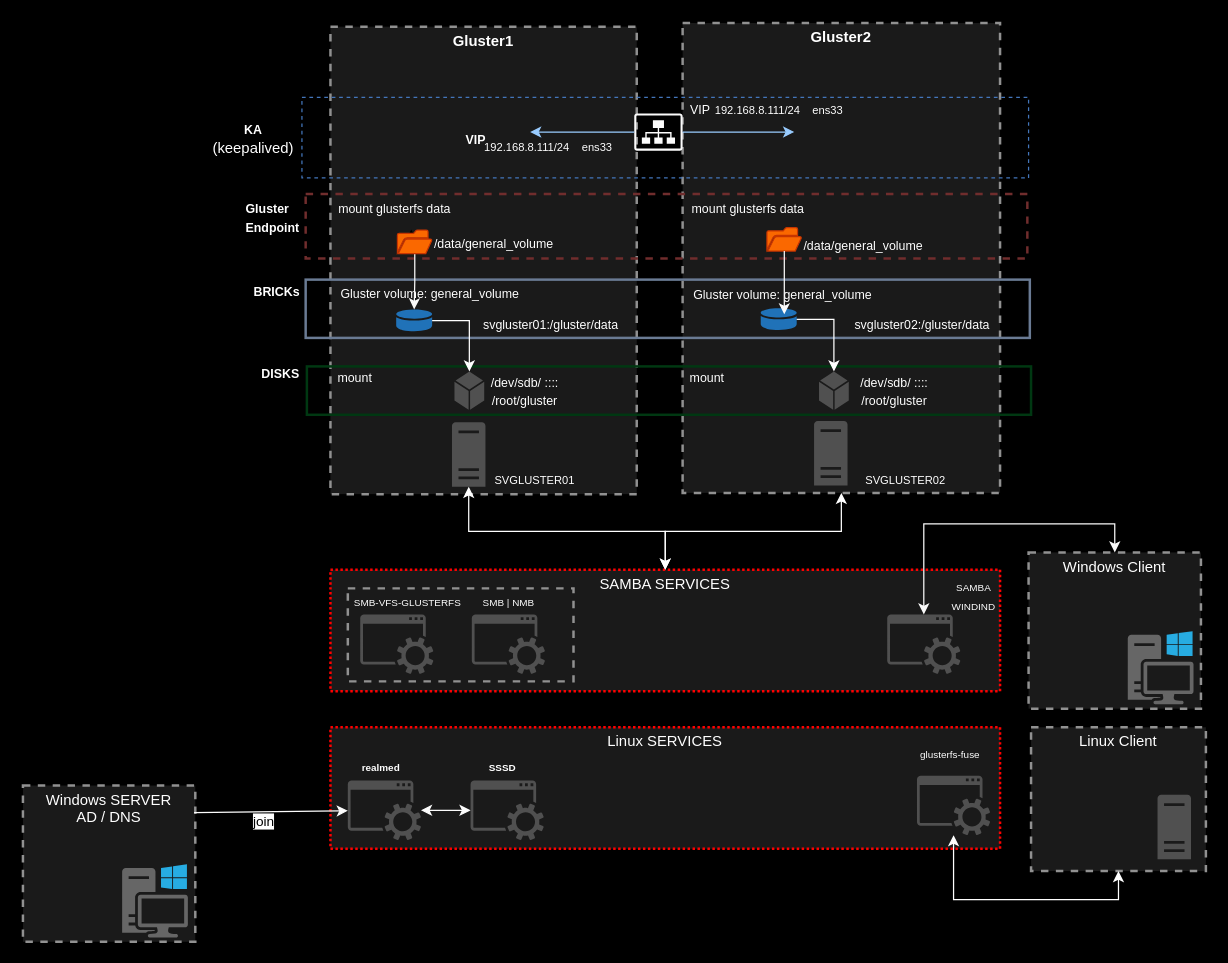
Before: GlusterFS/glusterFS.drawio in Josemyr1993/glusterFS, a draw.io diagram. Source tidied: cells renumbered, new cells numbered last; positions are measured from the earlier drawing's top-left corner, leaving out a move shared by most shapes. Both pictures are drawn from the tidied source at 124%, with x=0, y=0 at pixel (22, 22).
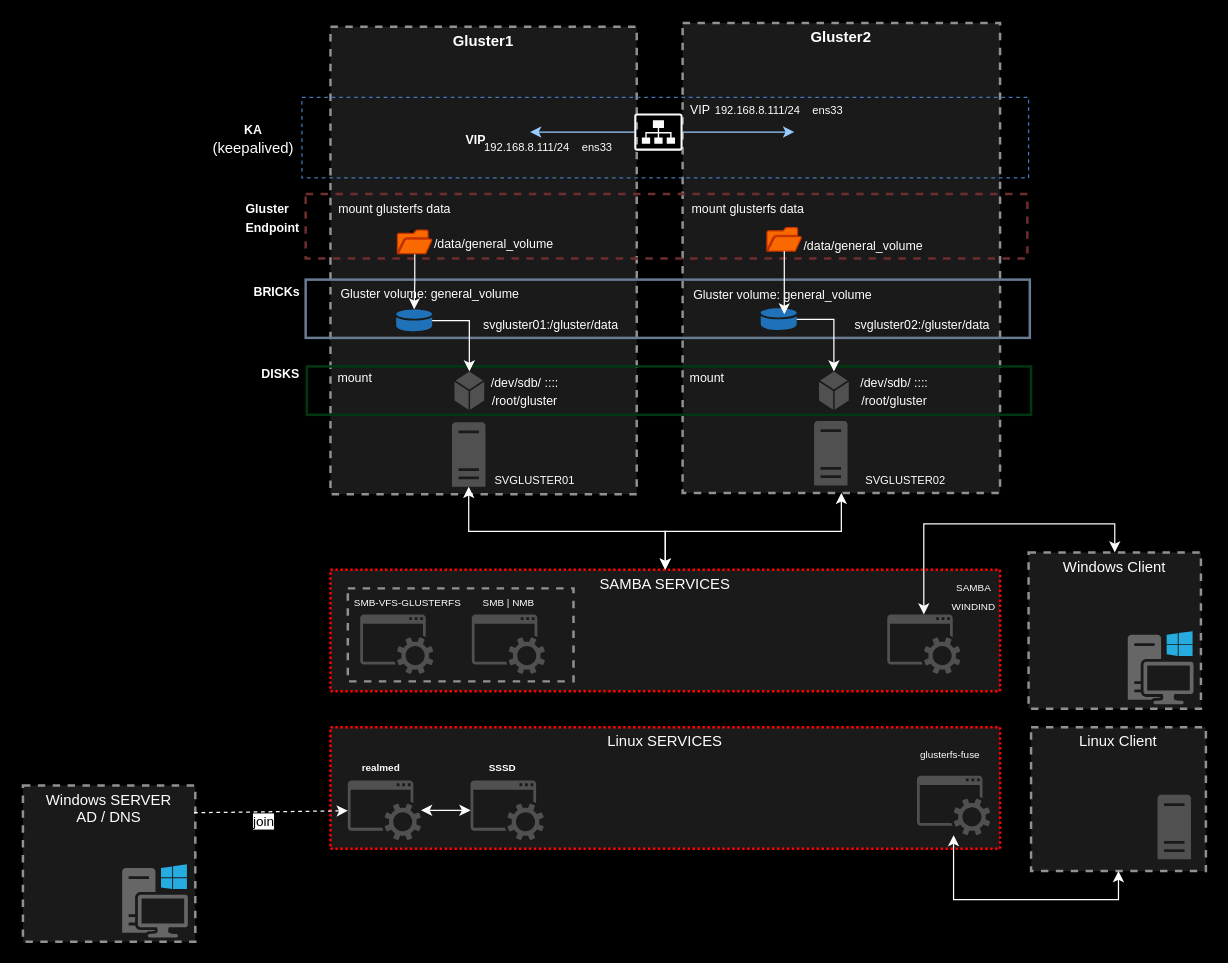
After the change.

Unchanged cells that the change refers to:
```xml
<mxCell id="5" style="sketch=0;shadow=0;dashed=0;html=1;strokeColor=none;fillColor=#505050;labelPosition=center;verticalLabelPosition=bottom;verticalAlign=top;outlineConnect=0;align=center;shape=mxgraph.office.concepts.service_application;" parent="2" vertex="1">
  <mxGeometry x="14" y="43" width="59" height="48" as="geometry" />
</mxCell>
<mxCell id="70" value="&lt;font color=&quot;#ffffff&quot;&gt;Windows SERVER&lt;br&gt;AD / DNS&lt;br&gt;&lt;/font&gt;" style="fontStyle=0;verticalAlign=top;align=center;spacingTop=-2;fillColor=#1A1A1A;rounded=0;whiteSpace=wrap;html=1;strokeColor=#919191;strokeWidth=2;dashed=1;" parent="1" vertex="1">
  <mxGeometry y="615" width="139" height="126" as="geometry" />
</mxCell>
```

What changed in the source:
```diff
@@
-    <mxCell id="72" style="html=1;labelBackgroundColor=#ffffff;endArrow=classic;endFill=1;endSize=6;jettySize=auto;strokeWidth=1;fontSize=14;rounded=0;exitX=0.993;exitY=0.174;exitDx=0;exitDy=0;exitPerimeter=0;strokeColor=#FCFCFC;" parent="1" edge="1" source="70" target="5">
+    <mxCell id="72" style="html=1;labelBackgroundColor=#ffffff;endArrow=classic;endFill=1;endSize=6;jettySize=auto;strokeWidth=1;fontSize=14;rounded=0;exitX=0.993;exitY=0.174;exitDx=0;exitDy=0;exitPerimeter=0;strokeColor=#FCFCFC;dashed=1;" parent="1" edge="1" source="70" target="5">
       <mxGeometry relative="1" as="geometry" />
     </mxCell>
```
